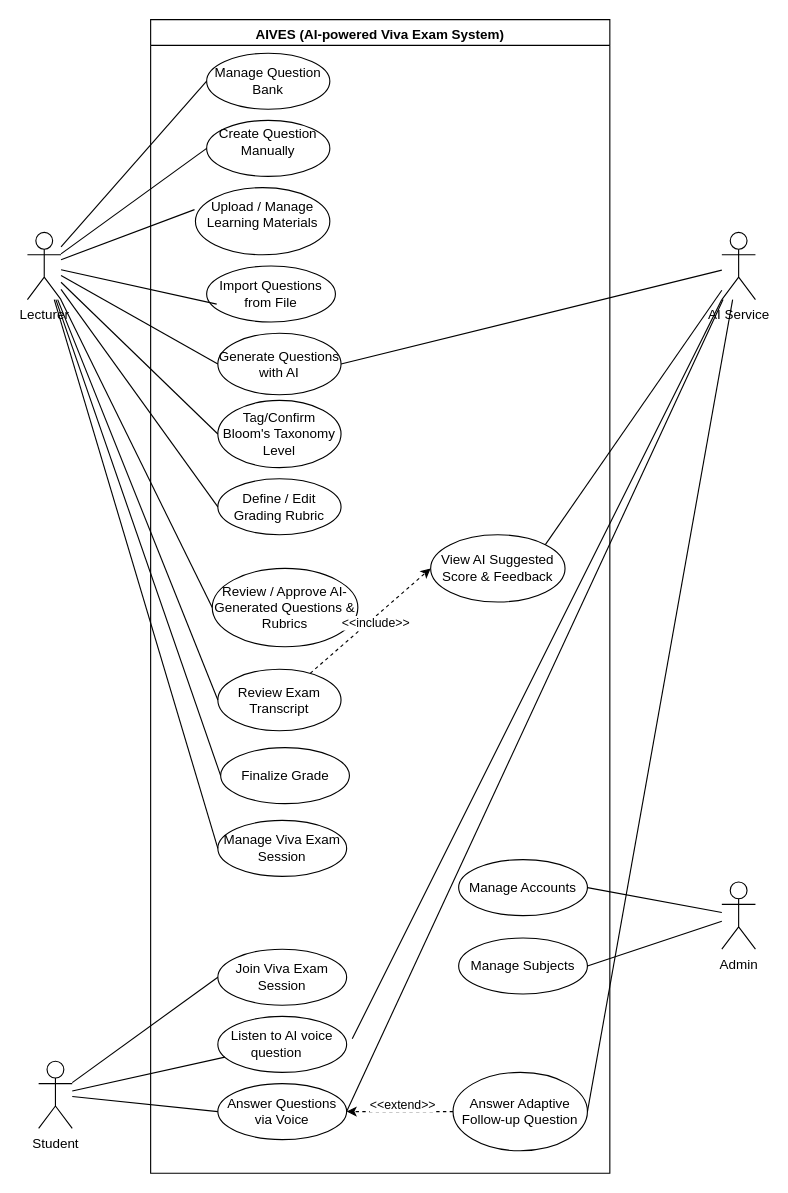
Before: page "Usecase-Diagram" (4 of 7) of docs/diagrams/All_Diagram.drawio in AnNguyen-Druig/avies-backend, a draw.io diagram. Source tidied: cells renumbered, new cells numbered last; positions are measured from the earlier drawing's top-left corner, leaving out a move shared by most shapes. Both pictures are drawn from the tidied source at 112%, with x=0, y=0 at pixel (27, 19).
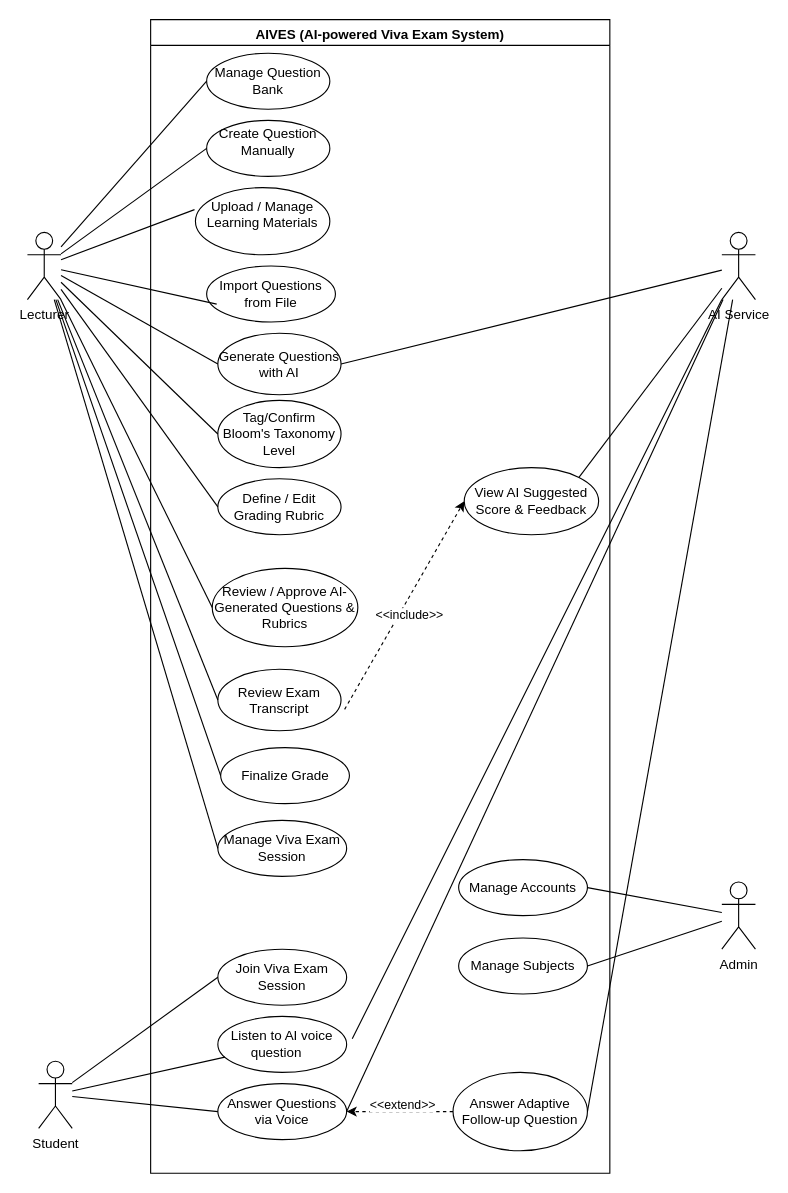
The same diagram, later.

The change refers to these unchanged cells:
```xml
<mxCell id="2" value="&lt;span&gt;&lt;b&gt;AIVES (AI-powered Viva Exam System)&lt;/b&gt;&lt;/span&gt;&lt;span&gt;&lt;sup class=&quot;superscript&quot;&gt;&lt;/sup&gt;&lt;/span&gt;&lt;span&gt;&lt;/span&gt;" style="swimlane;whiteSpace=wrap;html=1;rounded=0;labelBackgroundColor=none;" parent="1" vertex="1">
  <mxGeometry x="110" width="410" height="1030" as="geometry" />
</mxCell>
<mxCell id="12" value="Review Exam Transcript" style="ellipse;whiteSpace=wrap;html=1;rounded=0;labelBackgroundColor=none;" parent="2" vertex="1">
  <mxGeometry x="60" y="580" width="110" height="55" as="geometry" />
</mxCell>
```

Diff of the diagram source:
```diff
@@
-    <mxCell id="10" style="rounded=0;jettySize=auto;html=1;entryX=0;entryY=0.5;entryDx=0;entryDy=0;endArrow=classic;endFill=1;dashed=1;" parent="2" edge="1" source="12" target="13">
+    <mxCell id="10" style="rounded=0;jettySize=auto;html=1;entryX=0;entryY=0.5;entryDx=0;entryDy=0;endArrow=classic;endFill=1;dashed=1;exitX=1.029;exitY=0.652;exitDx=0;exitDy=0;exitPerimeter=0;" parent="2" edge="1" source="12" target="13">
       <mxGeometry relative="1" as="geometry" />
     </mxCell>
@@
     <mxCell id="13" value="View AI Suggested Score &amp;amp; Feedback" style="ellipse;whiteSpace=wrap;html=1;" parent="2" vertex="1">
-      <mxGeometry x="250" y="460" width="120" height="60" as="geometry" />
+      <mxGeometry x="280" y="400" width="120" height="60" as="geometry" />
     </mxCell>
```
